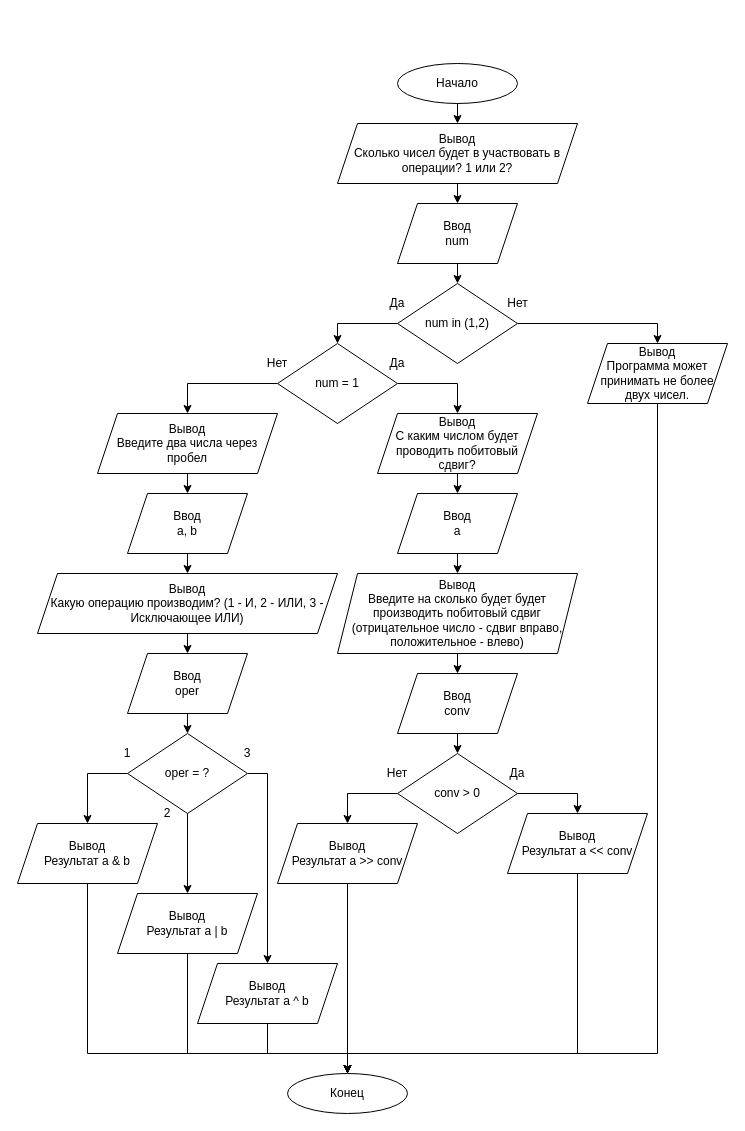
Earlier version of the draw.io diagram page "Task_1" (1 of 4) of HW_1/Untitled Diagram.drawio (grigart97/Algorithms_Python_GB). Source tidied: cells renumbered, new cells numbered last; positions are measured from the earlier drawing's top-left corner, leaving out a move shared by most shapes. Both pictures are drawn from the tidied source at 100%, with x=0, y=0 at pixel (17, 63).
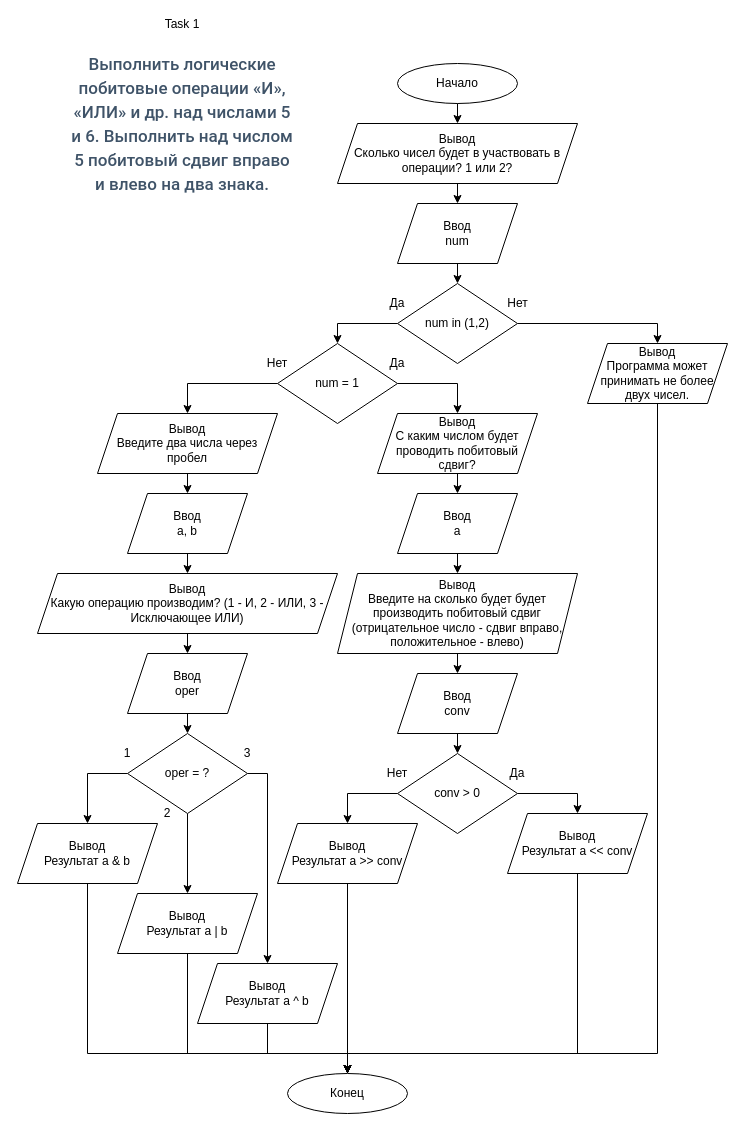
The same diagram, later.

What changed in the source:
```diff
@@
+    <mxCell id="59" value="Task 1&lt;br&gt;&lt;h3 style=&quot;box-sizing: border-box ; font-family: &amp;#34;roboto&amp;#34; , &amp;#34;san francisco&amp;#34; , &amp;#34;helvetica neue&amp;#34; , &amp;#34;helvetica&amp;#34; , &amp;#34;arial&amp;#34; ; font-weight: 500 ; line-height: 24px ; color: rgb(63 , 83 , 104) ; margin-top: 20px ; margin-bottom: 10px ; font-size: 17px ; background-color: rgb(255 , 255 , 255)&quot;&gt;Выполнить логические побитовые операции «И», «ИЛИ» и др. над числами 5 и 6. Выполнить над числом 5 побитовый сдвиг вправо и влево на два знака.&lt;/h3&gt;&lt;div&gt;&lt;br&gt;&lt;/div&gt;" style="text;html=1;strokeColor=none;fillColor=none;align=center;verticalAlign=middle;whiteSpace=wrap;rounded=0;" parent="1" vertex="1">
+      <mxGeometry x="50" y="-30" width="230" height="170" as="geometry" />
+    </mxCell>
```
